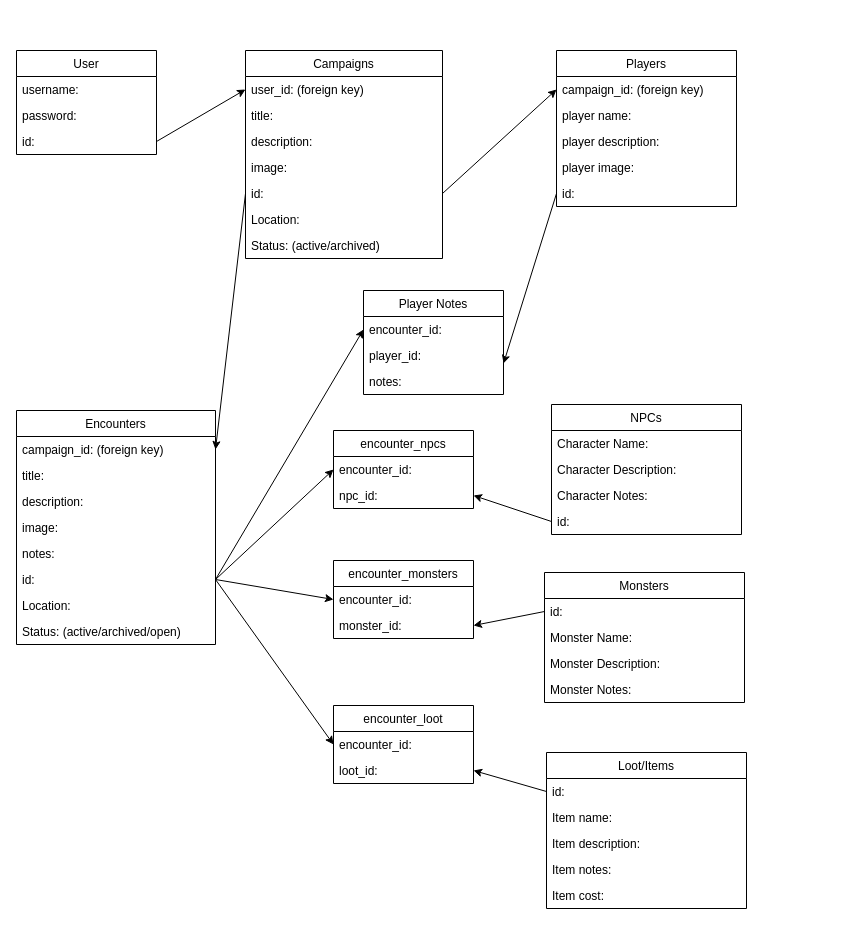
Matt-Eva/Encounter keeps this draw.io diagram as phase-4-project.drawio. Above is the earlier version. Source tidied: cells renumbered, new cells numbered last; positions are measured from the earlier drawing's top-left corner, leaving out a move shared by most shapes. Both pictures are drawn from the tidied source at 100%, with x=0, y=0 at pixel (16, 50).
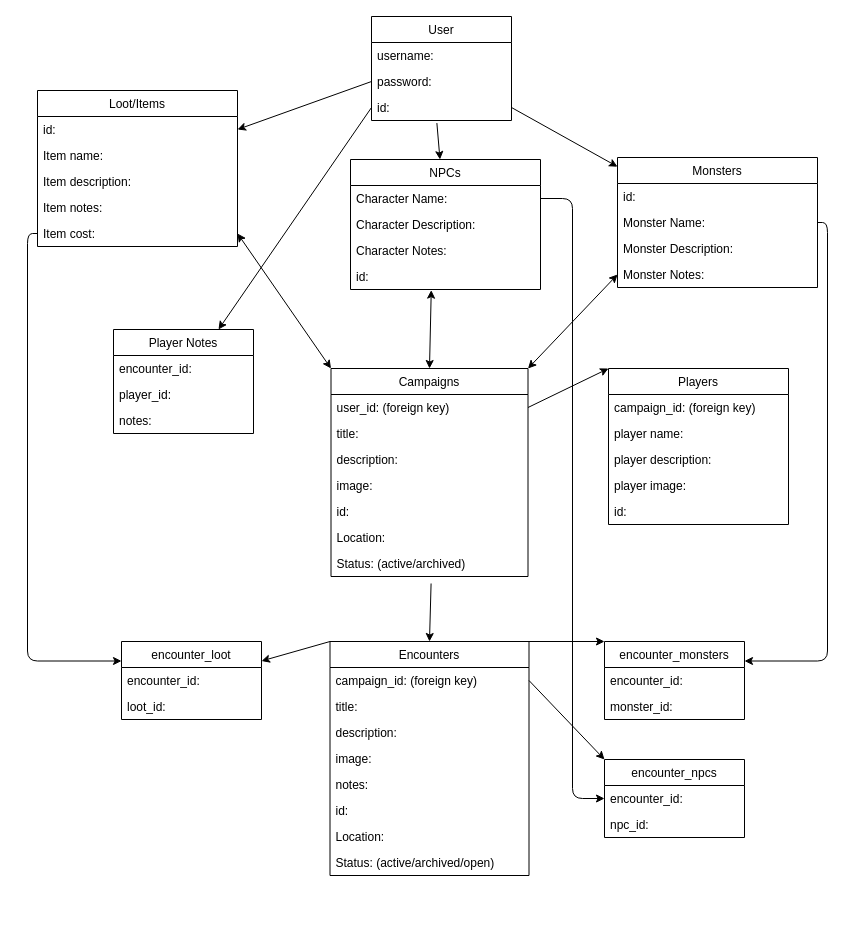
Above is the later version.

Commit message:
semi-updated the schema to reflect suggested changes by a 5+ year online DM vet

The change refers to these unchanged cells:
```xml
<mxCell id="4" value="password:" style="text;strokeColor=none;fillColor=none;align=left;verticalAlign=top;spacingLeft=4;spacingRight=4;overflow=hidden;points=[[0,0.5],[1,0.5]];portConstraint=eastwest;" parent="2" vertex="1">
  <mxGeometry y="52" width="140" height="26" as="geometry" />
</mxCell>
<mxCell id="5" value="id:" style="text;strokeColor=none;fillColor=none;align=left;verticalAlign=top;spacingLeft=4;spacingRight=4;overflow=hidden;points=[[0,0.5],[1,0.5]];portConstraint=eastwest;" parent="2" vertex="1">
  <mxGeometry y="78" width="140" height="26" as="geometry" />
</mxCell>
<mxCell id="7" value="user_id: (foreign key)" style="text;strokeColor=none;fillColor=none;align=left;verticalAlign=top;spacingLeft=4;spacingRight=4;overflow=hidden;points=[[0,0.5],[1,0.5]];portConstraint=eastwest;" parent="6" vertex="1">
  <mxGeometry y="26" width="197" height="26" as="geometry" />
</mxCell>
<mxCell id="11" value="id: " style="text;strokeColor=none;fillColor=none;align=left;verticalAlign=top;spacingLeft=4;spacingRight=4;overflow=hidden;points=[[0,0.5],[1,0.5]];portConstraint=eastwest;" parent="6" vertex="1">
  <mxGeometry y="130" width="197" height="26" as="geometry" />
</mxCell>
<mxCell id="13" value="Status: (active/archived)" style="text;strokeColor=none;fillColor=none;align=left;verticalAlign=top;spacingLeft=4;spacingRight=4;overflow=hidden;points=[[0,0.5],[1,0.5]];portConstraint=eastwest;" parent="6" vertex="1">
  <mxGeometry y="182" width="197" height="26" as="geometry" />
</mxCell>
<mxCell id="16" value="campaign_id: (foreign key)" style="text;strokeColor=none;fillColor=none;align=left;verticalAlign=top;spacingLeft=4;spacingRight=4;overflow=hidden;points=[[0,0.5],[1,0.5]];portConstraint=eastwest;" parent="15" vertex="1">
  <mxGeometry y="26" width="180" height="26" as="geometry" />
</mxCell>
<mxCell id="20" value="id:" style="text;strokeColor=none;fillColor=none;align=left;verticalAlign=top;spacingLeft=4;spacingRight=4;overflow=hidden;points=[[0,0.5],[1,0.5]];portConstraint=eastwest;" parent="15" vertex="1">
  <mxGeometry y="130" width="180" height="26" as="geometry" />
</mxCell>
<mxCell id="23" value="campaign_id: (foreign key)" style="text;strokeColor=none;fillColor=none;align=left;verticalAlign=top;spacingLeft=4;spacingRight=4;overflow=hidden;points=[[0,0.5],[1,0.5]];portConstraint=eastwest;" parent="22" vertex="1">
  <mxGeometry y="26" width="199" height="26" as="geometry" />
</mxCell>
<mxCell id="28" value="id: " style="text;strokeColor=none;fillColor=none;align=left;verticalAlign=top;spacingLeft=4;spacingRight=4;overflow=hidden;points=[[0,0.5],[1,0.5]];portConstraint=eastwest;" parent="22" vertex="1">
  <mxGeometry y="156" width="199" height="26" as="geometry" />
</mxCell>
<mxCell id="33" value="Character Name:" style="text;strokeColor=none;fillColor=none;align=left;verticalAlign=top;spacingLeft=4;spacingRight=4;overflow=hidden;points=[[0,0.5],[1,0.5]];portConstraint=eastwest;" parent="32" vertex="1">
  <mxGeometry y="26" width="190" height="26" as="geometry" />
</mxCell>
<mxCell id="36" value="id:" style="text;strokeColor=none;fillColor=none;align=left;verticalAlign=top;spacingLeft=4;spacingRight=4;overflow=hidden;points=[[0,0.5],[1,0.5]];portConstraint=eastwest;" parent="32" vertex="1">
  <mxGeometry y="104" width="190" height="26" as="geometry" />
</mxCell>
<mxCell id="38" value="id:" style="text;strokeColor=none;fillColor=none;align=left;verticalAlign=top;spacingLeft=4;spacingRight=4;overflow=hidden;points=[[0,0.5],[1,0.5]];portConstraint=eastwest;" parent="37" vertex="1">
  <mxGeometry y="26" width="200" height="26" as="geometry" />
</mxCell>
<mxCell id="39" value="Monster Name:" style="text;strokeColor=none;fillColor=none;align=left;verticalAlign=top;spacingLeft=4;spacingRight=4;overflow=hidden;points=[[0,0.5],[1,0.5]];portConstraint=eastwest;" parent="37" vertex="1">
  <mxGeometry y="52" width="200" height="26" as="geometry" />
</mxCell>
<mxCell id="41" value="Monster Notes:" style="text;strokeColor=none;fillColor=none;align=left;verticalAlign=top;spacingLeft=4;spacingRight=4;overflow=hidden;points=[[0,0.5],[1,0.5]];portConstraint=eastwest;" parent="37" vertex="1">
  <mxGeometry y="104" width="200" height="26" as="geometry" />
</mxCell>
<mxCell id="43" value="id:" style="text;strokeColor=none;fillColor=none;align=left;verticalAlign=top;spacingLeft=4;spacingRight=4;overflow=hidden;points=[[0,0.5],[1,0.5]];portConstraint=eastwest;" parent="42" vertex="1">
  <mxGeometry y="26" width="200" height="26" as="geometry" />
</mxCell>
<mxCell id="47" value="Item cost:" style="text;strokeColor=none;fillColor=none;align=left;verticalAlign=top;spacingLeft=4;spacingRight=4;overflow=hidden;points=[[0,0.5],[1,0.5]];portConstraint=eastwest;" parent="42" vertex="1">
  <mxGeometry y="130" width="200" height="26" as="geometry" />
</mxCell>
<mxCell id="49" value="encounter_id: " style="text;strokeColor=none;fillColor=none;align=left;verticalAlign=top;spacingLeft=4;spacingRight=4;overflow=hidden;points=[[0,0.5],[1,0.5]];portConstraint=eastwest;" parent="48" vertex="1">
  <mxGeometry y="26" width="140" height="26" as="geometry" />
</mxCell>
<mxCell id="50" value="player_id:" style="text;strokeColor=none;fillColor=none;align=left;verticalAlign=top;spacingLeft=4;spacingRight=4;overflow=hidden;points=[[0,0.5],[1,0.5]];portConstraint=eastwest;" parent="48" vertex="1">
  <mxGeometry y="52" width="140" height="26" as="geometry" />
</mxCell>
<mxCell id="55" value="encounter_id:" style="text;strokeColor=none;fillColor=none;align=left;verticalAlign=top;spacingLeft=4;spacingRight=4;overflow=hidden;points=[[0,0.5],[1,0.5]];portConstraint=eastwest;" parent="54" vertex="1">
  <mxGeometry y="26" width="140" height="26" as="geometry" />
</mxCell>
<mxCell id="56" value="npc_id:" style="text;strokeColor=none;fillColor=none;align=left;verticalAlign=top;spacingLeft=4;spacingRight=4;overflow=hidden;points=[[0,0.5],[1,0.5]];portConstraint=eastwest;" parent="54" vertex="1">
  <mxGeometry y="52" width="140" height="26" as="geometry" />
</mxCell>
<mxCell id="58" value="encounter_id:" style="text;strokeColor=none;fillColor=none;align=left;verticalAlign=top;spacingLeft=4;spacingRight=4;overflow=hidden;points=[[0,0.5],[1,0.5]];portConstraint=eastwest;" parent="57" vertex="1">
  <mxGeometry y="26" width="140" height="26" as="geometry" />
</mxCell>
<mxCell id="59" value="monster_id:" style="text;strokeColor=none;fillColor=none;align=left;verticalAlign=top;spacingLeft=4;spacingRight=4;overflow=hidden;points=[[0,0.5],[1,0.5]];portConstraint=eastwest;" parent="57" vertex="1">
  <mxGeometry y="52" width="140" height="26" as="geometry" />
</mxCell>
<mxCell id="61" value="encounter_id:" style="text;strokeColor=none;fillColor=none;align=left;verticalAlign=top;spacingLeft=4;spacingRight=4;overflow=hidden;points=[[0,0.5],[1,0.5]];portConstraint=eastwest;" parent="60" vertex="1">
  <mxGeometry y="26" width="140" height="26" as="geometry" />
</mxCell>
<mxCell id="62" value="loot_id:" style="text;strokeColor=none;fillColor=none;align=left;verticalAlign=top;spacingLeft=4;spacingRight=4;overflow=hidden;points=[[0,0.5],[1,0.5]];portConstraint=eastwest;" parent="60" vertex="1">
  <mxGeometry y="52" width="140" height="26" as="geometry" />
</mxCell>
```

The edit, as a diff of the source:
```diff
@@
     <mxCell id="2" value="User" style="swimlane;fontStyle=0;horizontal=1;startSize=26;fillColor=none;" parent="1" vertex="1">
-      <mxGeometry width="140" height="104" as="geometry" />
+      <mxGeometry x="355" y="-34" width="140" height="104" as="geometry" />
     </mxCell>
@@
     <mxCell id="6" value="Campaigns" style="swimlane;fontStyle=0;horizontal=1;startSize=26;fillColor=none;" parent="1" vertex="1">
-      <mxGeometry x="229" width="197" height="208" as="geometry" />
+      <mxGeometry x="314.5" y="318" width="197" height="208" as="geometry" />
     </mxCell>
@@
-    <mxCell id="14" style="edgeStyle=none;html=1;exitX=1;exitY=0.5;exitDx=0;exitDy=0;entryX=0;entryY=0.5;entryDx=0;entryDy=0;" parent="1" edge="1" source="5" target="7">
-      <mxGeometry relative="1" as="geometry" />
-    </mxCell>
     <mxCell id="15" value="Players" style="swimlane;fontStyle=0;horizontal=1;startSize=26;fillColor=none;" parent="1" vertex="1">
-      <mxGeometry x="540" width="180" height="156" as="geometry" />
+      <mxGeometry x="592" y="318" width="180" height="156" as="geometry" />
     </mxCell>
@@
-    <mxCell id="21" style="edgeStyle=none;html=1;exitX=1;exitY=0.5;exitDx=0;exitDy=0;entryX=0;entryY=0.5;entryDx=0;entryDy=0;" parent="1" edge="1" source="11" target="16">
-      <mxGeometry relative="1" as="geometry" />
-    </mxCell>
+    <mxCell id="69" style="edgeStyle=none;html=1;exitX=0;exitY=0;exitDx=0;exitDy=0;entryX=1;entryY=0.25;entryDx=0;entryDy=0;startArrow=none;startFill=0;" parent="1" edge="1" source="22" target="60">
+      <mxGeometry relative="1" as="geometry" />
+    </mxCell>
+    <mxCell id="70" style="edgeStyle=none;html=1;exitX=1;exitY=0;exitDx=0;exitDy=0;entryX=0;entryY=0;entryDx=0;entryDy=0;startArrow=none;startFill=0;" parent="1" edge="1" source="22" target="57">
+      <mxGeometry relative="1" as="geometry" />
+    </mxCell>
     <mxCell id="22" value="Encounters" style="swimlane;fontStyle=0;horizontal=1;startSize=26;fillColor=none;" parent="1" vertex="1">
-      <mxGeometry y="360" width="199" height="234" as="geometry" />
+      <mxGeometry x="313.5" y="591" width="199" height="234" as="geometry" />
     </mxCell>
@@
-    <mxCell id="31" style="edgeStyle=none;html=1;exitX=0;exitY=0.5;exitDx=0;exitDy=0;entryX=1;entryY=0.5;entryDx=0;entryDy=0;" parent="1" edge="1" source="11" target="23">
-      <mxGeometry relative="1" as="geometry" />
-    </mxCell>
     <mxCell id="32" value="NPCs" style="swimlane;fontStyle=0;horizontal=1;startSize=26;fillColor=none;" parent="1" vertex="1">
-      <mxGeometry x="535" y="354" width="190" height="130" as="geometry" />
+      <mxGeometry x="334" y="109" width="190" height="130" as="geometry" />
     </mxCell>
@@
     <mxCell id="37" value="Monsters" style="swimlane;fontStyle=0;horizontal=1;startSize=26;fillColor=none;" parent="1" vertex="1">
-      <mxGeometry x="528" y="522" width="200" height="130" as="geometry" />
+      <mxGeometry x="601" y="107" width="200" height="130" as="geometry" />
     </mxCell>
@@
     <mxCell id="42" value="Loot/Items" style="swimlane;fontStyle=0;horizontal=1;startSize=26;fillColor=none;" parent="1" vertex="1">
-      <mxGeometry x="530" y="702" width="200" height="156" as="geometry" />
+      <mxGeometry x="21" y="40" width="200" height="156" as="geometry" />
     </mxCell>
@@
     <mxCell id="48" value="Player Notes" style="swimlane;fontStyle=0;horizontal=1;startSize=26;fillColor=none;" parent="1" vertex="1">
-      <mxGeometry x="347" y="240" width="140" height="104" as="geometry" />
+      <mxGeometry x="97" y="279" width="140" height="104" as="geometry" />
     </mxCell>
@@
-    <mxCell id="52" style="edgeStyle=none;html=1;exitX=0;exitY=0.5;exitDx=0;exitDy=0;entryX=1;entryY=0.808;entryDx=0;entryDy=0;entryPerimeter=0;" parent="1" edge="1" source="20" target="50">
-      <mxGeometry relative="1" as="geometry" />
-    </mxCell>
-    <mxCell id="53" style="edgeStyle=none;html=1;exitX=1;exitY=0.5;exitDx=0;exitDy=0;entryX=0;entryY=0.5;entryDx=0;entryDy=0;" parent="1" edge="1" source="28" target="49">
-      <mxGeometry relative="1" as="geometry" />
-    </mxCell>
     <mxCell id="54" value="encounter_npcs" style="swimlane;fontStyle=0;horizontal=1;startSize=26;fillColor=none;" parent="1" vertex="1">
-      <mxGeometry x="317" y="380" width="140" height="78" as="geometry" />
+      <mxGeometry x="588" y="709" width="140" height="78" as="geometry" />
     </mxCell>
@@
     <mxCell id="57" value="encounter_monsters" style="swimlane;fontStyle=0;horizontal=1;startSize=26;fillColor=none;" parent="1" vertex="1">
-      <mxGeometry x="317" y="510" width="140" height="78" as="geometry" />
+      <mxGeometry x="588" y="591" width="140" height="78" as="geometry" />
     </mxCell>
@@
     <mxCell id="60" value="encounter_loot" style="swimlane;fontStyle=0;horizontal=1;startSize=26;fillColor=none;" parent="1" vertex="1">
-      <mxGeometry x="317" y="655" width="140" height="78" as="geometry" />
+      <mxGeometry x="105" y="591" width="140" height="78" as="geometry" />
     </mxCell>
@@
-    <mxCell id="63" style="edgeStyle=none;html=1;exitX=1;exitY=0.5;exitDx=0;exitDy=0;entryX=0;entryY=0.5;entryDx=0;entryDy=0;" parent="1" edge="1" source="28" target="55">
-      <mxGeometry relative="1" as="geometry" />
-    </mxCell>
-    <mxCell id="64" style="edgeStyle=none;html=1;exitX=0;exitY=0.5;exitDx=0;exitDy=0;entryX=1;entryY=0.5;entryDx=0;entryDy=0;" parent="1" edge="1" source="36" target="56">
-      <mxGeometry relative="1" as="geometry" />
-    </mxCell>
-    <mxCell id="65" style="edgeStyle=none;html=1;exitX=1;exitY=0.5;exitDx=0;exitDy=0;entryX=0;entryY=0.5;entryDx=0;entryDy=0;" parent="1" edge="1" source="28" target="58">
-      <mxGeometry relative="1" as="geometry" />
-    </mxCell>
-    <mxCell id="66" style="edgeStyle=none;html=1;exitX=1;exitY=0.5;exitDx=0;exitDy=0;entryX=0;entryY=0.5;entryDx=0;entryDy=0;" parent="1" edge="1" source="28" target="61">
-      <mxGeometry relative="1" as="geometry" />
-    </mxCell>
-    <mxCell id="67" style="edgeStyle=none;html=1;exitX=0;exitY=0.5;exitDx=0;exitDy=0;entryX=1;entryY=0.5;entryDx=0;entryDy=0;" parent="1" edge="1" source="38" target="59">
-      <mxGeometry relative="1" as="geometry" />
-    </mxCell>
-    <mxCell id="68" style="edgeStyle=none;html=1;exitX=0;exitY=0.5;exitDx=0;exitDy=0;entryX=1;entryY=0.5;entryDx=0;entryDy=0;" parent="1" edge="1" source="43" target="62">
-      <mxGeometry relative="1" as="geometry" />
-    </mxCell>
+    <mxCell id="71" style="html=1;exitX=0;exitY=0.5;exitDx=0;exitDy=0;entryX=1;entryY=0.5;entryDx=0;entryDy=0;" parent="1" edge="1" source="4" target="43">
+      <mxGeometry relative="1" as="geometry" />
+    </mxCell>
+    <mxCell id="72" style="html=1;exitX=0.467;exitY=1.098;exitDx=0;exitDy=0;exitPerimeter=0;" parent="1" edge="1" source="5" target="32">
+      <mxGeometry relative="1" as="geometry" />
+    </mxCell>
+    <mxCell id="73" style="html=1;exitX=1;exitY=0.5;exitDx=0;exitDy=0;" parent="1" edge="1" source="5" target="37">
+      <mxGeometry relative="1" as="geometry" />
+    </mxCell>
+    <mxCell id="74" style="edgeStyle=none;html=1;exitX=0;exitY=0.5;exitDx=0;exitDy=0;entryX=0.75;entryY=0;entryDx=0;entryDy=0;" parent="1" edge="1" source="5" target="48">
+      <mxGeometry relative="1" as="geometry" />
+    </mxCell>
+    <mxCell id="75" style="edgeStyle=none;html=1;exitX=0;exitY=0.5;exitDx=0;exitDy=0;entryX=0.25;entryY=0;entryDx=0;entryDy=0;strokeColor=none;startArrow=classic;startFill=1;" parent="1" edge="1" source="36" target="6">
+      <mxGeometry relative="1" as="geometry" />
+    </mxCell>
+    <mxCell id="76" style="edgeStyle=none;html=1;exitX=0.425;exitY=1.026;exitDx=0;exitDy=0;entryX=0.5;entryY=0;entryDx=0;entryDy=0;startArrow=classic;startFill=1;exitPerimeter=0;" parent="1" edge="1" source="36" target="6">
+      <mxGeometry relative="1" as="geometry" />
+    </mxCell>
+    <mxCell id="77" style="edgeStyle=none;html=1;exitX=0;exitY=0.5;exitDx=0;exitDy=0;entryX=1;entryY=0;entryDx=0;entryDy=0;startArrow=classic;startFill=1;" parent="1" edge="1" source="41" target="6">
+      <mxGeometry relative="1" as="geometry" />
+    </mxCell>
+    <mxCell id="78" style="edgeStyle=none;html=1;exitX=1;exitY=0.5;exitDx=0;exitDy=0;entryX=0;entryY=0;entryDx=0;entryDy=0;startArrow=classic;startFill=1;" parent="1" edge="1" source="47" target="6">
+      <mxGeometry relative="1" as="geometry" />
+    </mxCell>
+    <mxCell id="79" style="edgeStyle=none;html=1;exitX=1;exitY=0.5;exitDx=0;exitDy=0;entryX=0;entryY=0;entryDx=0;entryDy=0;startArrow=none;startFill=0;" parent="1" edge="1" source="7" target="15">
+      <mxGeometry relative="1" as="geometry" />
+    </mxCell>
+    <mxCell id="80" style="edgeStyle=none;html=1;exitX=0.508;exitY=1.269;exitDx=0;exitDy=0;entryX=0.5;entryY=0;entryDx=0;entryDy=0;startArrow=none;startFill=0;exitPerimeter=0;" parent="1" edge="1" source="13" target="22">
+      <mxGeometry relative="1" as="geometry" />
+    </mxCell>
+    <mxCell id="81" style="edgeStyle=orthogonalEdgeStyle;html=1;exitX=1;exitY=0.5;exitDx=0;exitDy=0;entryX=0;entryY=0.5;entryDx=0;entryDy=0;startArrow=none;startFill=0;" parent="1" edge="1" source="33" target="54">
+      <mxGeometry relative="1" as="geometry" />
+    </mxCell>
+    <mxCell id="82" style="edgeStyle=orthogonalEdgeStyle;html=1;exitX=1;exitY=0.5;exitDx=0;exitDy=0;entryX=1;entryY=0.25;entryDx=0;entryDy=0;startArrow=none;startFill=0;" parent="1" edge="1" source="39" target="57">
+      <mxGeometry relative="1" as="geometry" />
+    </mxCell>
+    <mxCell id="83" style="edgeStyle=orthogonalEdgeStyle;html=1;exitX=0;exitY=0.5;exitDx=0;exitDy=0;entryX=0;entryY=0.25;entryDx=0;entryDy=0;startArrow=none;startFill=0;" parent="1" edge="1" source="47" target="60">
+      <mxGeometry relative="1" as="geometry" />
+    </mxCell>
+    <mxCell id="84" style="edgeStyle=none;html=1;exitX=1;exitY=0.5;exitDx=0;exitDy=0;entryX=0;entryY=0;entryDx=0;entryDy=0;startArrow=none;startFill=0;" parent="1" edge="1" source="23" target="54">
+      <mxGeometry relative="1" as="geometry" />
+    </mxCell>
```
